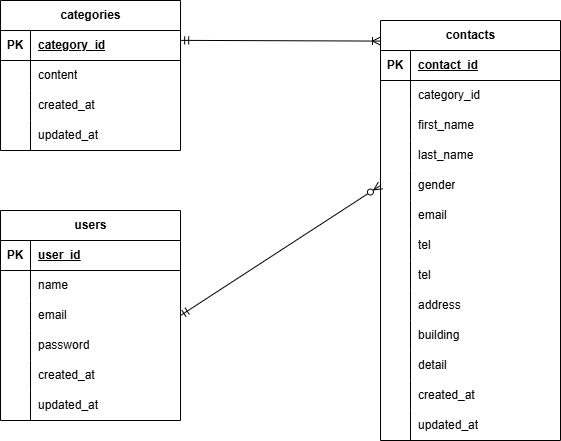
This is src/database/ER_diagram/otoiawase-box.png from misaki-sasaki339/otoiawase-box, a draw.io export, as it was before one commit. Source tidied: cells renumbered, new cells last; positions are measured from the earlier drawing's top-left corner, leaving out a move shared by most shapes.
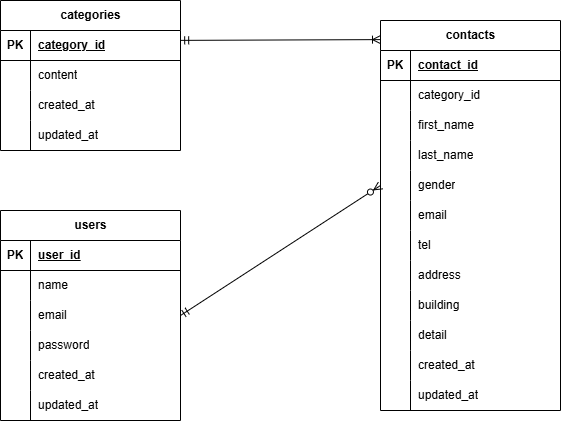
The same diagram one commit later.

Commit message:
ER図のテーブル修正

Change to the diagram source:
```diff
@@ -99,7 +99,7 @@
       <mxGeometry x="30" width="150" height="30" as="geometry" />
     </mxCell>
     <mxCell id="34" value="contacts" style="shape=table;startSize=30;rowLines=0;fontStyle=1;align=center;html=1;" parent="1" vertex="1">
-      <mxGeometry x="380" y="20" width="180" height="420" as="geometry" />
+      <mxGeometry x="380" y="20" width="180" height="390" as="geometry" />
     </mxCell>
     <mxCell id="35" style="shape=tableRow;horizontal=0;startSize=0;swimlaneHead=0;swimlaneBody=0;fillColor=none;top=0;left=0;right=0;bottom=1;" parent="34" vertex="1">
       <mxGeometry y="30" width="180" height="30" as="geometry" />
@@ -164,17 +164,8 @@
     <mxCell id="55" value="tel" style="shape=partialRectangle;fillColor=none;top=0;left=0;bottom=0;right=0;align=left;spacingLeft=6;overflow=hidden;whiteSpace=wrap;html=1;" parent="53" vertex="1">
       <mxGeometry x="30" width="150" height="30" as="geometry" />
     </mxCell>
-    <mxCell id="56" style="shape=tableRow;horizontal=0;startSize=0;swimlaneHead=0;swimlaneBody=0;fillColor=none;top=0;left=0;right=0;bottom=0;" parent="34" vertex="1">
-      <mxGeometry y="240" width="180" height="30" as="geometry" />
-    </mxCell>
-    <mxCell id="57" style="shape=partialRectangle;fillColor=none;top=0;left=0;bottom=0;right=0;overflow=hidden;whiteSpace=wrap;html=1;" parent="56" vertex="1">
-      <mxGeometry width="30" height="30" as="geometry" />
-    </mxCell>
-    <mxCell id="58" value="tel" style="shape=partialRectangle;fillColor=none;top=0;left=0;bottom=0;right=0;align=left;spacingLeft=6;overflow=hidden;whiteSpace=wrap;html=1;" parent="56" vertex="1">
-      <mxGeometry x="30" width="150" height="30" as="geometry" />
-    </mxCell>
     <mxCell id="59" style="shape=tableRow;horizontal=0;startSize=0;swimlaneHead=0;swimlaneBody=0;fillColor=none;top=0;left=0;right=0;bottom=0;" parent="34" vertex="1">
-      <mxGeometry y="270" width="180" height="30" as="geometry" />
+      <mxGeometry y="240" width="180" height="30" as="geometry" />
     </mxCell>
     <mxCell id="60" style="shape=partialRectangle;fillColor=none;top=0;left=0;bottom=0;right=0;overflow=hidden;whiteSpace=wrap;html=1;" parent="59" vertex="1">
       <mxGeometry width="30" height="30" as="geometry" />
@@ -183,7 +174,7 @@
       <mxGeometry x="30" width="150" height="30" as="geometry" />
     </mxCell>
     <mxCell id="62" style="shape=tableRow;horizontal=0;startSize=0;swimlaneHead=0;swimlaneBody=0;fillColor=none;top=0;left=0;right=0;bottom=0;" parent="34" vertex="1">
-      <mxGeometry y="300" width="180" height="30" as="geometry" />
+      <mxGeometry y="270" width="180" height="30" as="geometry" />
     </mxCell>
     <mxCell id="63" style="shape=partialRectangle;fillColor=none;top=0;left=0;bottom=0;right=0;overflow=hidden;whiteSpace=wrap;html=1;" parent="62" vertex="1">
       <mxGeometry width="30" height="30" as="geometry" />
@@ -192,7 +183,7 @@
       <mxGeometry x="30" width="150" height="30" as="geometry" />
     </mxCell>
     <mxCell id="65" style="shape=tableRow;horizontal=0;startSize=0;swimlaneHead=0;swimlaneBody=0;fillColor=none;top=0;left=0;right=0;bottom=0;" parent="34" vertex="1">
-      <mxGeometry y="330" width="180" height="30" as="geometry" />
+      <mxGeometry y="300" width="180" height="30" as="geometry" />
     </mxCell>
     <mxCell id="66" style="shape=partialRectangle;fillColor=none;top=0;left=0;bottom=0;right=0;overflow=hidden;whiteSpace=wrap;html=1;" parent="65" vertex="1">
       <mxGeometry width="30" height="30" as="geometry" />
@@ -201,7 +192,7 @@
       <mxGeometry x="30" width="150" height="30" as="geometry" />
     </mxCell>
     <mxCell id="68" style="shape=tableRow;horizontal=0;startSize=0;swimlaneHead=0;swimlaneBody=0;fillColor=none;top=0;left=0;right=0;bottom=0;" parent="34" vertex="1">
-      <mxGeometry y="360" width="180" height="30" as="geometry" />
+      <mxGeometry y="330" width="180" height="30" as="geometry" />
     </mxCell>
     <mxCell id="69" style="shape=partialRectangle;fillColor=none;top=0;left=0;bottom=0;right=0;overflow=hidden;whiteSpace=wrap;html=1;" parent="68" vertex="1">
       <mxGeometry width="30" height="30" as="geometry" />
@@ -210,7 +201,7 @@
       <mxGeometry x="30" width="150" height="30" as="geometry" />
     </mxCell>
     <mxCell id="71" style="shape=tableRow;horizontal=0;startSize=0;swimlaneHead=0;swimlaneBody=0;fillColor=none;top=0;left=0;right=0;bottom=0;" parent="34" vertex="1">
-      <mxGeometry y="390" width="180" height="30" as="geometry" />
+      <mxGeometry y="360" width="180" height="30" as="geometry" />
     </mxCell>
     <mxCell id="72" style="shape=partialRectangle;fillColor=none;top=0;left=0;bottom=0;right=0;overflow=hidden;whiteSpace=wrap;html=1;" parent="71" vertex="1">
       <mxGeometry width="30" height="30" as="geometry" />
```
